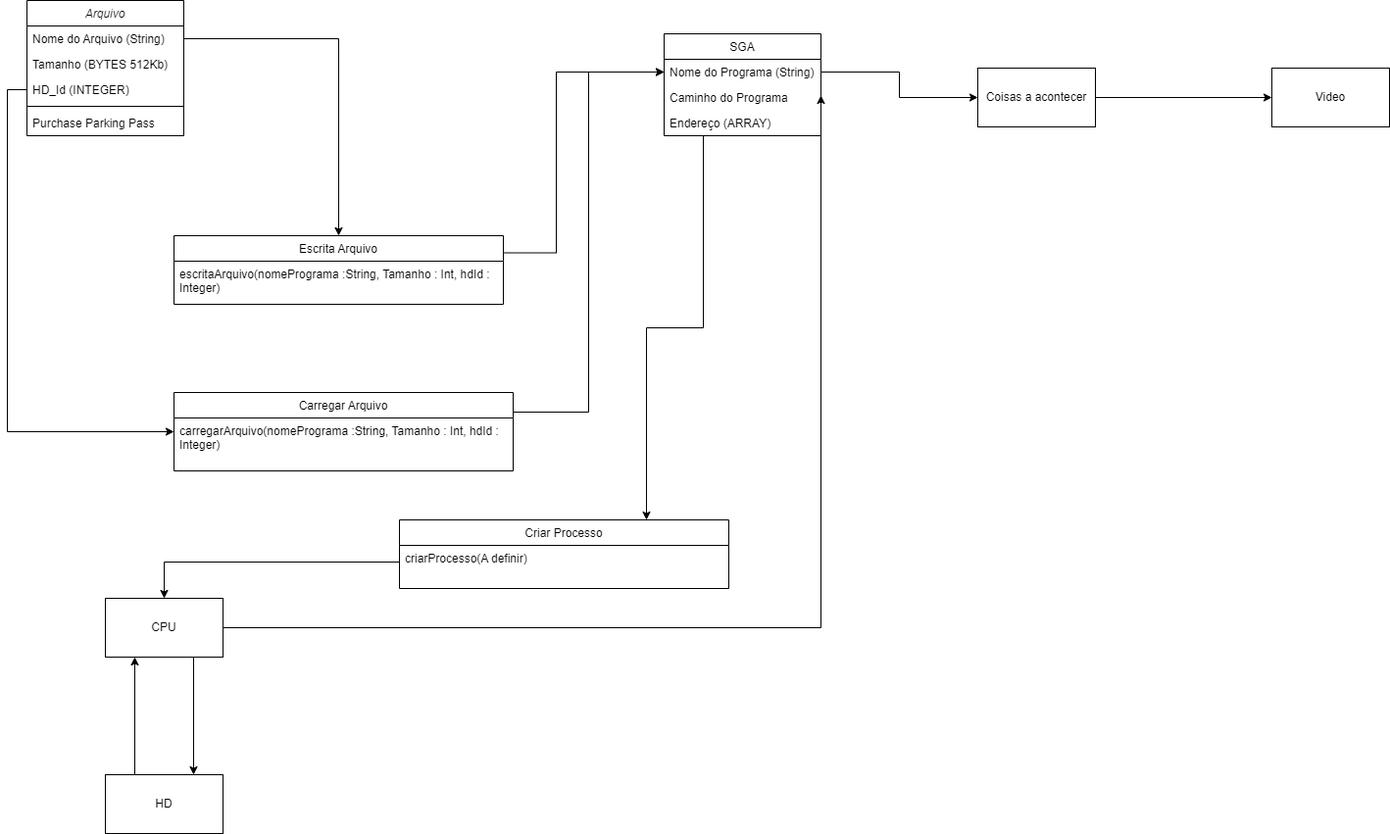
Before: UML.drawio.png, a diagram exported from draw.io (MatheusRCapanema/DOOR.10). Source tidied: cells renumbered, new cells last; positions are measured from the earlier drawing's top-left corner, leaving out a move shared by most shapes.
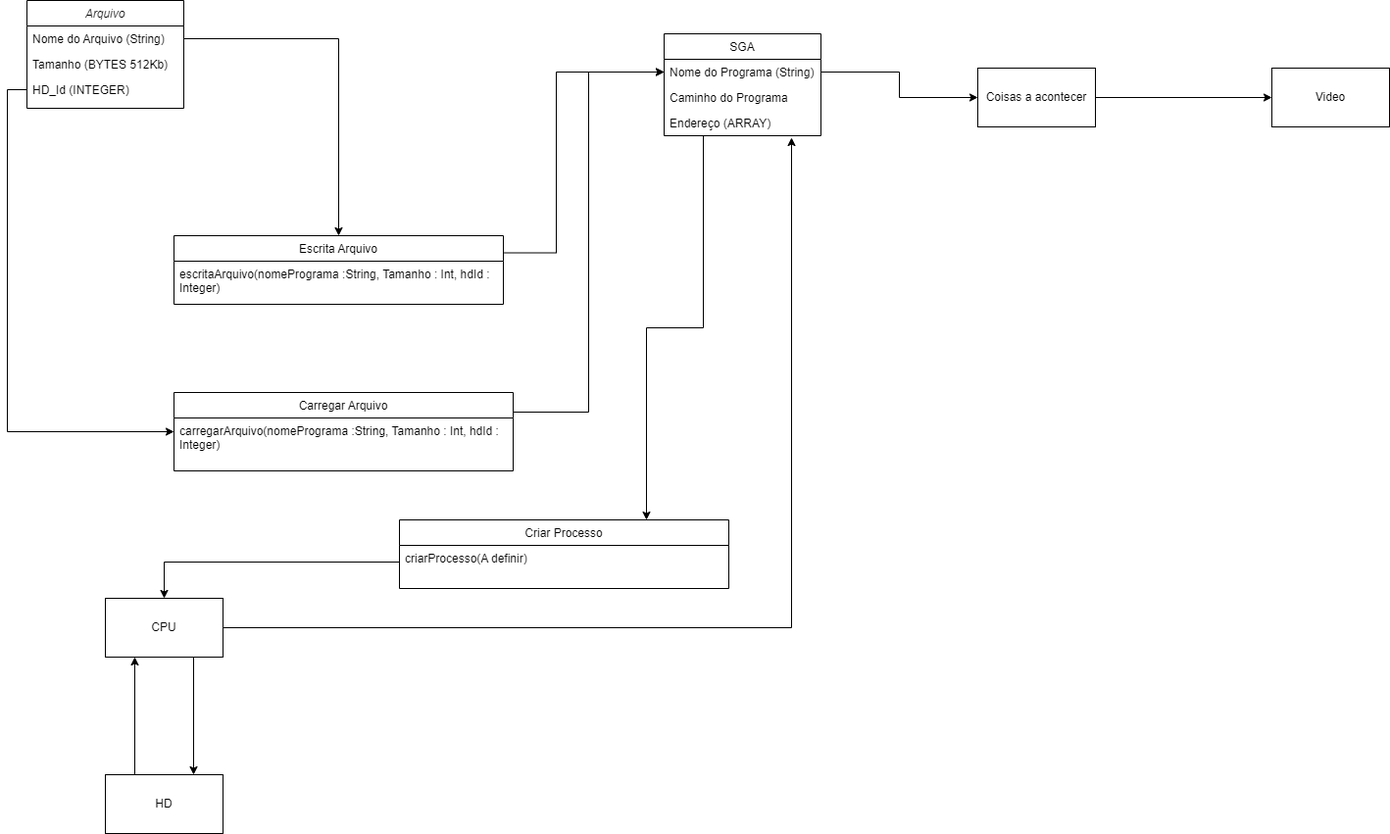
The same diagram one commit later.

Change to the diagram source:
```diff
@@ -3,7 +3,7 @@
     <mxCell id="0" />
     <mxCell id="1" parent="0" />
     <mxCell id="2" value="Arquivo" style="swimlane;fontStyle=2;align=center;verticalAlign=top;horizontal=1;startSize=26;rounded=0;shadow=0;strokeWidth=1;" parent="1" vertex="1">
-      <mxGeometry width="160" height="138" as="geometry" />
+      <mxGeometry width="160" height="110" as="geometry" />
     </mxCell>
     <mxCell id="3" value="Nome do Arquivo (String)" style="text;align=left;verticalAlign=top;spacingLeft=4;spacingRight=4;overflow=hidden;points=[[0,0.5],[1,0.5]];portConstraint=eastwest;" parent="2" vertex="1">
       <mxGeometry y="26" width="160" height="26" as="geometry" />
@@ -14,12 +14,6 @@
     <mxCell id="5" value="HD_Id (INTEGER)" style="text;align=left;verticalAlign=top;spacingLeft=4;spacingRight=4;overflow=hidden;points=[[0,0.5],[1,0.5]];portConstraint=eastwest;rounded=0;shadow=0;html=0;" parent="2" vertex="1">
       <mxGeometry y="78" width="160" height="26" as="geometry" />
     </mxCell>
-    <mxCell id="6" style="line;html=1;strokeWidth=1;align=left;verticalAlign=middle;spacingTop=-1;spacingLeft=3;spacingRight=3;labelPosition=right;" parent="2" vertex="1">
-      <mxGeometry y="104" width="160" height="8" as="geometry" />
-    </mxCell>
-    <mxCell id="7" value="Purchase Parking Pass" style="text;align=left;verticalAlign=top;spacingLeft=4;spacingRight=4;overflow=hidden;" parent="2" vertex="1">
-      <mxGeometry y="112" width="160" height="26" as="geometry" />
-    </mxCell>
     <mxCell id="8" style="edgeStyle=orthogonalEdgeStyle;rounded=0;jettySize=auto;html=1;exitX=1;exitY=0.25;exitDx=0;exitDy=0;entryX=0;entryY=0.5;entryDx=0;entryDy=0;" parent="1" edge="1" source="9">
       <mxGeometry relative="1" as="geometry">
         <mxPoint x="650" y="73" as="targetPoint" />
@@ -53,9 +47,9 @@
     <mxCell id="16" style="edgeStyle=orthogonalEdgeStyle;rounded=0;jettySize=auto;html=1;exitX=0.75;exitY=1;exitDx=0;exitDy=0;entryX=0.75;entryY=0;entryDx=0;entryDy=0;" parent="1" edge="1" source="18" target="20">
       <mxGeometry relative="1" as="geometry" />
     </mxCell>
-    <mxCell id="17" style="edgeStyle=orthogonalEdgeStyle;rounded=0;jettySize=auto;html=1;exitX=1;exitY=0.5;exitDx=0;exitDy=0;entryX=1;entryY=0.5;entryDx=0;entryDy=0;" parent="1" edge="1" source="18">
+    <mxCell id="17" style="edgeStyle=orthogonalEdgeStyle;rounded=0;jettySize=auto;html=1;exitX=1;exitY=0.5;exitDx=0;exitDy=0;" parent="1" edge="1" source="18">
       <mxGeometry relative="1" as="geometry">
-        <mxPoint x="810" y="97" as="targetPoint" />
+        <mxPoint x="780" y="140" as="targetPoint" />
       </mxGeometry>
     </mxCell>
     <mxCell id="18" value="CPU" style="rounded=0;whiteSpace=wrap;html=1;" parent="1" vertex="1">
```
